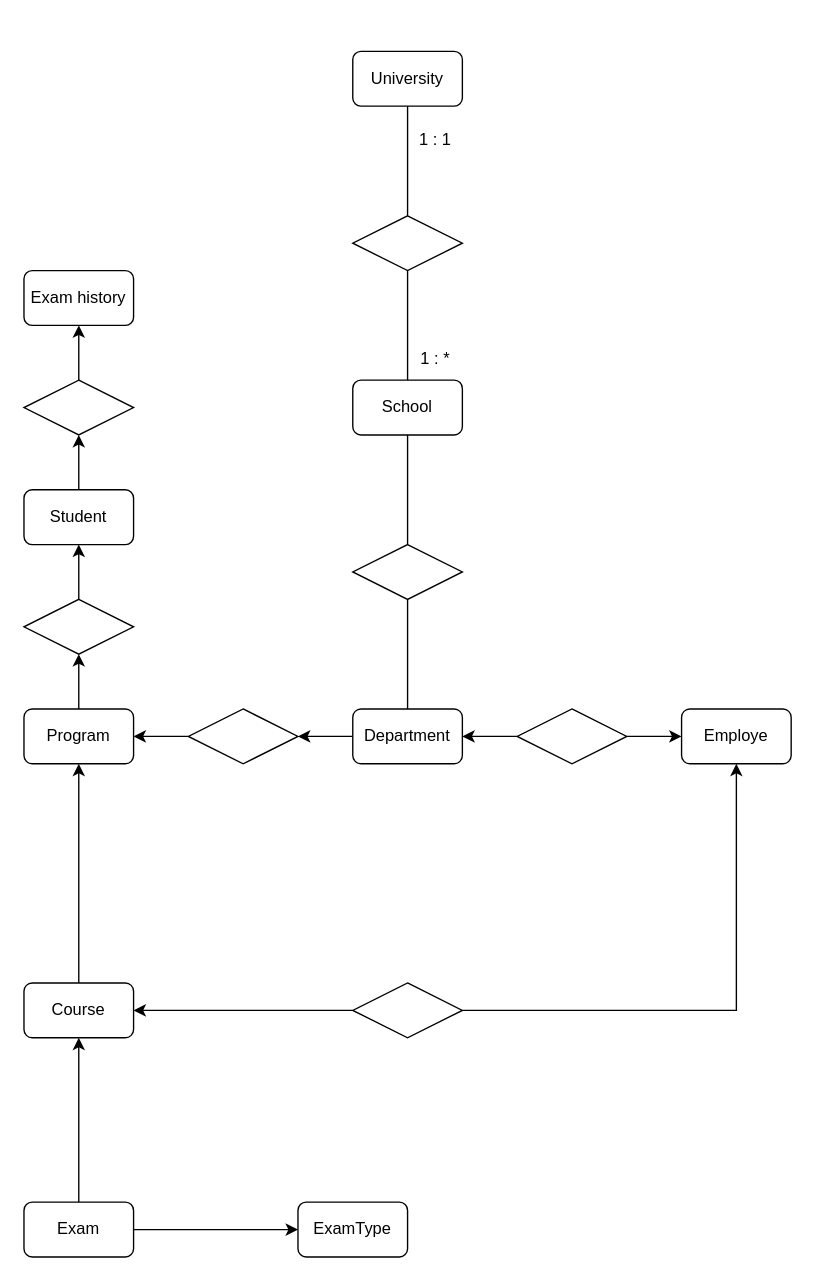
Above: databasmedekkeboi.drawio in ekkecode/Blandat (draw.io), before the change. Source tidied: cells renumbered, new cells numbered last; positions are measured from the earlier drawing's top-left corner, leaving out a move shared by most shapes. Both pictures are drawn from the tidied source at 137%, with x=0, y=0 at pixel (23, 51).
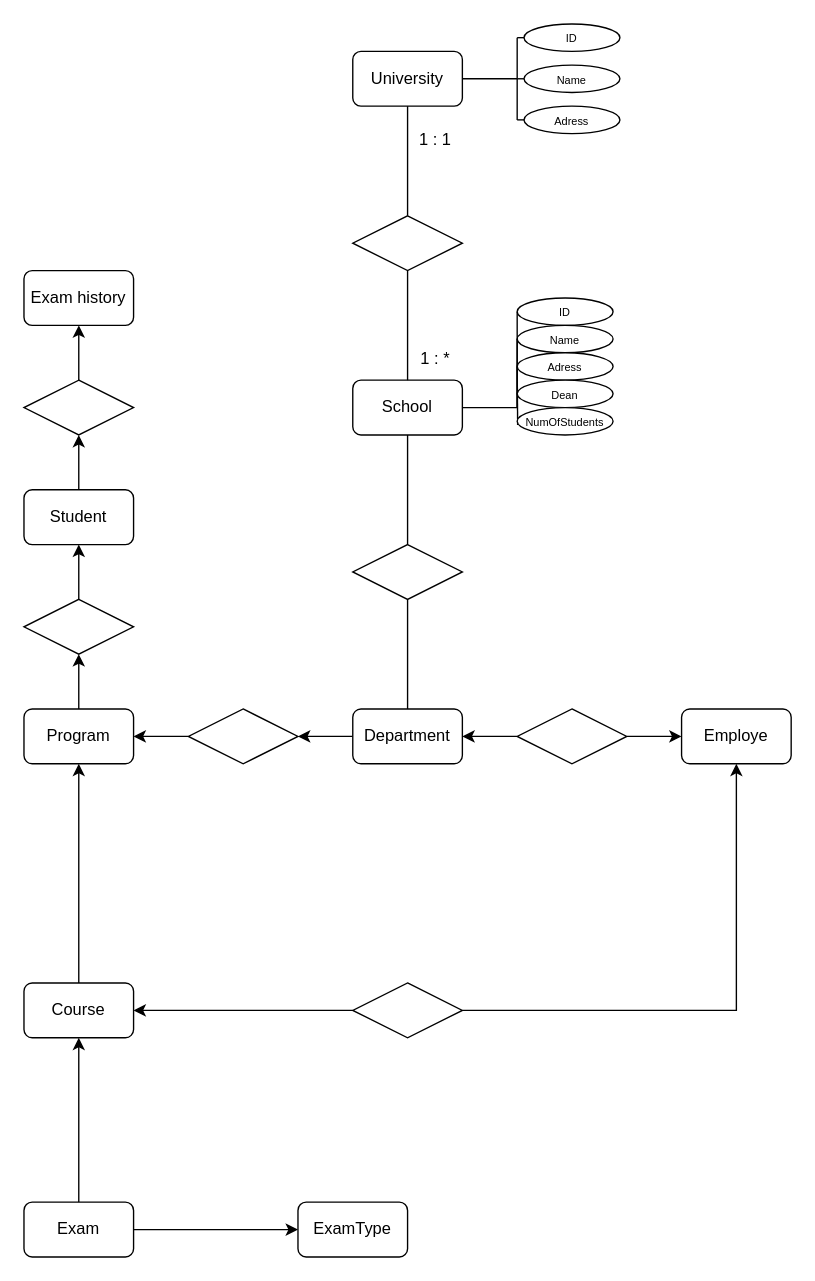
The same diagram, later.

The change refers to these unchanged cells:
```xml
<mxCell id="4" value="University" style="rounded=1;whiteSpace=wrap;html=1;" parent="1" vertex="1">
  <mxGeometry x="240" width="80" height="40" as="geometry" />
</mxCell>
```

What changed in the source:
```diff
@@
+    <mxCell id="38" value="&lt;font style=&quot;font-size: 8px;&quot;&gt;ID&lt;/font&gt;" style="ellipse;whiteSpace=wrap;html=1;" parent="1" vertex="1">
+      <mxGeometry x="365" y="-20" width="70" height="20" as="geometry" />
+    </mxCell>
+    <mxCell id="39" value="&lt;span style=&quot;font-size: 8px;&quot;&gt;Name&lt;/span&gt;" style="ellipse;whiteSpace=wrap;html=1;" parent="1" vertex="1">
+      <mxGeometry x="365" y="10" width="70" height="20" as="geometry" />
+    </mxCell>
+    <mxCell id="40" value="&lt;font style=&quot;font-size: 8px;&quot;&gt;Adress&lt;/font&gt;" style="ellipse;whiteSpace=wrap;html=1;" parent="1" vertex="1">
+      <mxGeometry x="365" y="40" width="70" height="20" as="geometry" />
+    </mxCell>
+    <mxCell id="41" style="endArrow=none;html=1;rounded=0;exitX=1;exitY=0.5;exitDx=0;exitDy=0;" parent="1" edge="1" source="4">
+      <mxGeometry relative="1" as="geometry">
+        <mxPoint x="360" y="20" as="targetPoint" />
+      </mxGeometry>
+    </mxCell>
+    <mxCell id="42" style="endArrow=none;html=1;rounded=0;" parent="1" edge="1">
+      <mxGeometry relative="1" as="geometry">
+        <mxPoint x="360" y="-10" as="sourcePoint" />
+        <mxPoint x="360" y="20" as="targetPoint" />
+      </mxGeometry>
+    </mxCell>
+    <mxCell id="43" style="endArrow=none;html=1;rounded=0;" parent="1" edge="1">
+      <mxGeometry relative="1" as="geometry">
+        <mxPoint x="360" y="20" as="sourcePoint" />
+        <mxPoint x="360" y="50" as="targetPoint" />
+      </mxGeometry>
+    </mxCell>
+    <mxCell id="44" style="endArrow=none;html=1;rounded=0;entryX=0;entryY=0.5;entryDx=0;entryDy=0;" parent="1" edge="1" target="40">
+      <mxGeometry relative="1" as="geometry">
+        <mxPoint x="360" y="50" as="sourcePoint" />
+      </mxGeometry>
+    </mxCell>
+    <mxCell id="45" style="endArrow=none;html=1;rounded=0;" parent="1" edge="1">
+      <mxGeometry relative="1" as="geometry">
+        <mxPoint x="360" y="-10" as="sourcePoint" />
+        <mxPoint x="360" y="-10" as="targetPoint" />
+      </mxGeometry>
+    </mxCell>
+    <mxCell id="46" style="endArrow=none;html=1;rounded=0;entryX=0;entryY=0.5;entryDx=0;entryDy=0;" parent="1" edge="1" target="38">
+      <mxGeometry relative="1" as="geometry">
+        <mxPoint x="360" y="-10" as="sourcePoint" />
+      </mxGeometry>
+    </mxCell>
+    <mxCell id="47" style="endArrow=none;html=1;rounded=0;entryX=0;entryY=0.5;entryDx=0;entryDy=0;" parent="1" edge="1" target="39">
+      <mxGeometry relative="1" as="geometry">
+        <mxPoint x="360" y="20" as="sourcePoint" />
+      </mxGeometry>
+    </mxCell>
+    <mxCell id="48" value="&lt;font style=&quot;font-size: 8px;&quot;&gt;ID&lt;/font&gt;" style="ellipse;whiteSpace=wrap;html=1;" parent="1" vertex="1">
+      <mxGeometry x="360" y="180" width="70" height="20" as="geometry" />
+    </mxCell>
+    <mxCell id="49" value="&lt;span style=&quot;font-size: 8px;&quot;&gt;Name&lt;/span&gt;" style="ellipse;whiteSpace=wrap;html=1;" parent="1" vertex="1">
+      <mxGeometry x="360" y="200" width="70" height="20" as="geometry" />
+    </mxCell>
+    <mxCell id="50" value="&lt;font style=&quot;font-size: 8px;&quot;&gt;Adress&lt;/font&gt;" style="ellipse;whiteSpace=wrap;html=1;" parent="1" vertex="1">
+      <mxGeometry x="360" y="220" width="70" height="20" as="geometry" />
+    </mxCell>
+    <mxCell id="51" style="endArrow=none;html=1;rounded=0;exitX=1;exitY=0.5;exitDx=0;exitDy=0;" parent="1" edge="1">
+      <mxGeometry relative="1" as="geometry">
+        <mxPoint x="320" y="260" as="sourcePoint" />
+        <mxPoint x="360" y="260" as="targetPoint" />
+      </mxGeometry>
+    </mxCell>
+    <mxCell id="52" style="endArrow=none;html=1;rounded=0;" parent="1" edge="1">
+      <mxGeometry relative="1" as="geometry">
+        <mxPoint x="360" y="230" as="sourcePoint" />
+        <mxPoint x="360" y="260" as="targetPoint" />
+      </mxGeometry>
+    </mxCell>
+    <mxCell id="53" style="endArrow=none;html=1;rounded=0;entryX=0;entryY=0.5;entryDx=0;entryDy=0;exitX=0.005;exitY=0.633;exitDx=0;exitDy=0;exitPerimeter=0;" parent="1" edge="1" source="58" target="50">
+      <mxGeometry relative="1" as="geometry" />
+    </mxCell>
+    <mxCell id="54" style="endArrow=none;html=1;rounded=0;" parent="1" edge="1">
+      <mxGeometry relative="1" as="geometry">
+        <mxPoint x="360" y="230" as="sourcePoint" />
+        <mxPoint x="360" y="230" as="targetPoint" />
+      </mxGeometry>
+    </mxCell>
+    <mxCell id="55" style="endArrow=none;html=1;rounded=0;entryX=0;entryY=0.5;entryDx=0;entryDy=0;" parent="1" edge="1" target="48">
+      <mxGeometry relative="1" as="geometry">
+        <mxPoint x="360" y="230" as="sourcePoint" />
+      </mxGeometry>
+    </mxCell>
+    <mxCell id="56" style="endArrow=none;html=1;rounded=0;entryX=0;entryY=0.5;entryDx=0;entryDy=0;" parent="1" edge="1" target="49">
+      <mxGeometry relative="1" as="geometry">
+        <mxPoint x="360" y="260" as="sourcePoint" />
+      </mxGeometry>
+    </mxCell>
+    <mxCell id="57" value="&lt;font style=&quot;font-size: 8px;&quot;&gt;Dean&lt;/font&gt;" style="ellipse;whiteSpace=wrap;html=1;" parent="1" vertex="1">
+      <mxGeometry x="360" y="240" width="70" height="20" as="geometry" />
+    </mxCell>
+    <mxCell id="58" value="&lt;span style=&quot;font-size: 8px;&quot;&gt;NumOfStudents&lt;/span&gt;" style="ellipse;whiteSpace=wrap;html=1;" parent="1" vertex="1">
+      <mxGeometry x="360" y="260" width="70" height="20" as="geometry" />
+    </mxCell>
```
